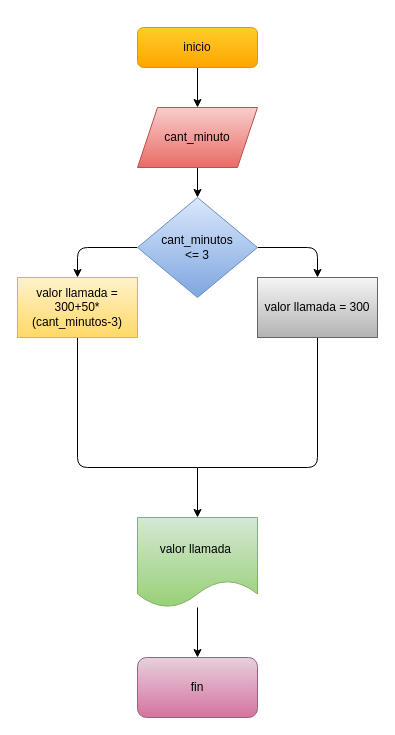
Earlier version of the draw.io diagram diagrama.drawio (jhonmendez17092009/Condicionales_1). Source tidied: cells renumbered, new cells numbered last; positions are measured from the earlier drawing's top-left corner, leaving out a move shared by most shapes. Both pictures are drawn from the tidied source at 100%, with x=0, y=0 at pixel (17, 27).
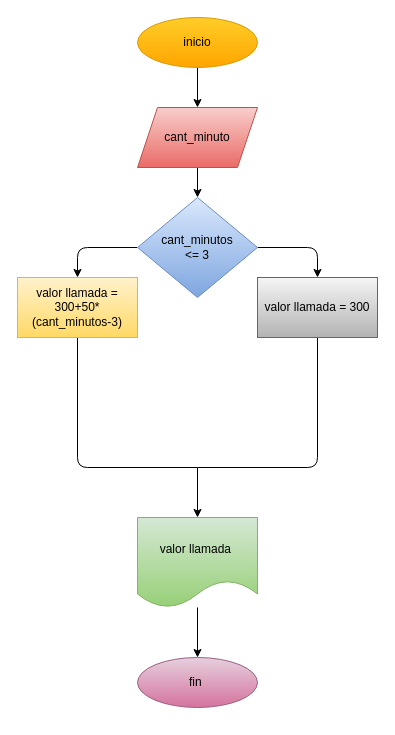
After the change.

Commit message (it also covers changes not shown here):
se modifico el diagrama

Unchanged cells that the change refers to:
```xml
<mxCell id="15" value="&lt;font color=&quot;#000000&quot;&gt;valor llamada&amp;nbsp;&lt;/font&gt;" style="shape=document;whiteSpace=wrap;html=1;boundedLbl=1;fillColor=#d5e8d4;gradientColor=#97d077;strokeColor=#82b366;" parent="1" vertex="1">
  <mxGeometry x="120" y="490" width="120" height="90" as="geometry" />
</mxCell>
```

Change to the diagram source:
```diff
@@
-    <mxCell id="2" style="edgeStyle=none;html=1;" parent="1" edge="1" source="3">
+    <mxCell id="2" style="edgeStyle=none;html=1;" parent="1" edge="1">
       <mxGeometry relative="1" as="geometry">
+        <mxPoint x="180" y="40" as="sourcePoint" />
         <mxPoint x="180" y="80" as="targetPoint" />
       </mxGeometry>
     </mxCell>
-    <mxCell id="3" value="&lt;font color=&quot;#0c0909&quot;&gt;inicio&lt;/font&gt;" style="rounded=1;whiteSpace=wrap;html=1;fillColor=#ffcd28;gradientColor=#ffa500;strokeColor=#d79b00;" parent="1" vertex="1">
-      <mxGeometry x="120" width="120" height="40" as="geometry" />
-    </mxCell>
@@
-    <mxCell id="13" style="edgeStyle=none;html=1;" parent="1" edge="1" source="15" target="16">
-      <mxGeometry relative="1" as="geometry" />
+    <mxCell id="13" style="edgeStyle=none;html=1;" parent="1" edge="1" source="15">
+      <mxGeometry relative="1" as="geometry">
+        <mxPoint x="180" y="630" as="targetPoint" />
+      </mxGeometry>
     </mxCell>
@@
+    <mxCell id="3" value="&lt;font color=&quot;#000000&quot;&gt;inicio&lt;/font&gt;" style="ellipse;whiteSpace=wrap;html=1;fillColor=#ffcd28;gradientColor=#ffa500;strokeColor=#d79b00;" parent="1" vertex="1">
+      <mxGeometry x="120" y="-10" width="120" height="50" as="geometry" />
+    </mxCell>
-    <mxCell id="16" value="&lt;font color=&quot;#000000&quot;&gt;fin&lt;/font&gt;" style="rounded=1;whiteSpace=wrap;html=1;fillColor=#e6d0de;gradientColor=#d5739d;strokeColor=#996185;" parent="1" vertex="1">
-      <mxGeometry x="120" y="630" width="120" height="60" as="geometry" />
+    <mxCell id="16" value="fin&amp;nbsp;" style="ellipse;whiteSpace=wrap;html=1;fillColor=#e6d0de;gradientColor=#d5739d;strokeColor=#996185;" parent="1" vertex="1">
+      <mxGeometry x="120" y="630" width="120" height="50" as="geometry" />
     </mxCell>
```
